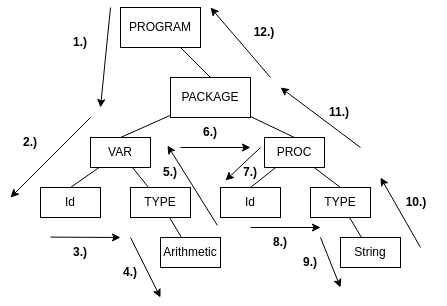
lhahner/aspekte-formale-uebersetzung-programmiersprachen keeps this draw.io diagram as assets/img/parsetree-example-searchalgo.png. Above is the earlier version. Source tidied: cells renumbered, new cells last; positions are measured from the earlier drawing's top-left corner, leaving out a move shared by most shapes.
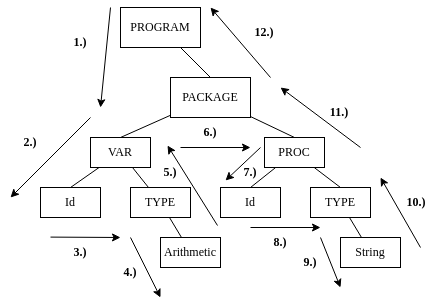
After the commit.

Change to the diagram source:
```diff
@@ -2,169 +2,169 @@
   <root>
     <mxCell id="0" />
     <mxCell id="1" parent="0" />
-    <mxCell id="2" style="rounded=0;jettySize=auto;html=1;entryX=0.5;entryY=0;entryDx=0;entryDy=0;endArrow=none;endFill=0;" parent="1" edge="1" source="3" target="8">
+    <mxCell id="2" style="rounded=0;jettySize=auto;html=1;entryX=0.5;entryY=0;entryDx=0;entryDy=0;endArrow=none;endFill=0;fontFamily=Semi Serif;" parent="1" edge="1" source="3" target="8">
       <mxGeometry relative="1" as="geometry" />
     </mxCell>
-    <mxCell id="3" value="PROGRAM" style="rounded=0;whiteSpace=wrap;html=1;" parent="1" vertex="1">
+    <mxCell id="3" value="PROGRAM" style="rounded=0;whiteSpace=wrap;html=1;fontFamily=Semi Serif;" parent="1" vertex="1">
       <mxGeometry x="120" width="80" height="40" as="geometry" />
     </mxCell>
-    <mxCell id="4" style="rounded=0;jettySize=auto;html=1;entryX=0.5;entryY=0;entryDx=0;entryDy=0;endArrow=none;endFill=0;" parent="1" edge="1" source="6" target="15">
+    <mxCell id="4" style="rounded=0;jettySize=auto;html=1;entryX=0.5;entryY=0;entryDx=0;entryDy=0;endArrow=none;endFill=0;fontFamily=Semi Serif;" parent="1" edge="1" source="6" target="15">
       <mxGeometry relative="1" as="geometry" />
     </mxCell>
-    <mxCell id="5" style="rounded=0;jettySize=auto;html=1;endArrow=none;endFill=0;" parent="1" edge="1" source="6" target="17">
+    <mxCell id="5" style="rounded=0;jettySize=auto;html=1;endArrow=none;endFill=0;fontFamily=Semi Serif;" parent="1" edge="1" source="6" target="17">
       <mxGeometry relative="1" as="geometry" />
     </mxCell>
-    <mxCell id="6" value="VAR" style="rounded=0;whiteSpace=wrap;html=1;" parent="1" vertex="1">
+    <mxCell id="6" value="VAR" style="rounded=0;whiteSpace=wrap;html=1;fontFamily=Semi Serif;" parent="1" vertex="1">
       <mxGeometry x="90" y="130" width="60" height="30" as="geometry" />
     </mxCell>
-    <mxCell id="7" style="rounded=0;jettySize=auto;html=1;entryX=0.5;entryY=0;entryDx=0;entryDy=0;endArrow=none;endFill=0;" parent="1" edge="1" source="8" target="6">
+    <mxCell id="7" style="rounded=0;jettySize=auto;html=1;entryX=0.5;entryY=0;entryDx=0;entryDy=0;endArrow=none;endFill=0;fontFamily=Semi Serif;" parent="1" edge="1" source="8" target="6">
       <mxGeometry relative="1" as="geometry" />
     </mxCell>
-    <mxCell id="8" value="PACKAGE" style="rounded=0;whiteSpace=wrap;html=1;" parent="1" vertex="1">
+    <mxCell id="8" value="PACKAGE" style="rounded=0;whiteSpace=wrap;html=1;fontFamily=Semi Serif;" parent="1" vertex="1">
       <mxGeometry x="170" y="70" width="80" height="40" as="geometry" />
     </mxCell>
-    <mxCell id="9" style="rounded=0;jettySize=auto;html=1;entryX=0.5;entryY=0;entryDx=0;entryDy=0;endArrow=none;endFill=0;" parent="1" edge="1" source="11" target="12">
+    <mxCell id="9" style="rounded=0;jettySize=auto;html=1;entryX=0.5;entryY=0;entryDx=0;entryDy=0;endArrow=none;endFill=0;fontFamily=Semi Serif;" parent="1" edge="1" source="11" target="12">
       <mxGeometry relative="1" as="geometry" />
     </mxCell>
-    <mxCell id="10" style="rounded=0;jettySize=auto;html=1;entryX=0.5;entryY=0;entryDx=0;entryDy=0;endArrow=none;endFill=0;" parent="1" edge="1" source="11" target="14">
+    <mxCell id="10" style="rounded=0;jettySize=auto;html=1;entryX=0.5;entryY=0;entryDx=0;entryDy=0;endArrow=none;endFill=0;fontFamily=Semi Serif;" parent="1" edge="1" source="11" target="14">
       <mxGeometry relative="1" as="geometry" />
     </mxCell>
-    <mxCell id="11" value="PROC" style="rounded=0;whiteSpace=wrap;html=1;" parent="1" vertex="1">
+    <mxCell id="11" value="PROC" style="rounded=0;whiteSpace=wrap;html=1;fontFamily=Semi Serif;" parent="1" vertex="1">
       <mxGeometry x="264" y="130" width="60" height="30" as="geometry" />
     </mxCell>
-    <mxCell id="12" value="Id" style="rounded=0;whiteSpace=wrap;html=1;" parent="1" vertex="1">
+    <mxCell id="12" value="Id" style="rounded=0;whiteSpace=wrap;html=1;fontFamily=Semi Serif;" parent="1" vertex="1">
       <mxGeometry x="220" y="180" width="60" height="30" as="geometry" />
     </mxCell>
-    <mxCell id="13" style="rounded=0;jettySize=auto;html=1;endArrow=none;endFill=0;" parent="1" edge="1" source="14" target="19">
+    <mxCell id="13" style="rounded=0;jettySize=auto;html=1;endArrow=none;endFill=0;fontFamily=Semi Serif;" parent="1" edge="1" source="14" target="19">
       <mxGeometry relative="1" as="geometry" />
     </mxCell>
-    <mxCell id="14" value="TYPE" style="rounded=0;whiteSpace=wrap;html=1;" parent="1" vertex="1">
+    <mxCell id="14" value="TYPE" style="rounded=0;whiteSpace=wrap;html=1;fontFamily=Semi Serif;" parent="1" vertex="1">
       <mxGeometry x="310" y="180" width="60" height="30" as="geometry" />
     </mxCell>
-    <mxCell id="15" value="Id" style="rounded=0;whiteSpace=wrap;html=1;" parent="1" vertex="1">
+    <mxCell id="15" value="Id" style="rounded=0;whiteSpace=wrap;html=1;fontFamily=Semi Serif;" parent="1" vertex="1">
       <mxGeometry x="40" y="180" width="60" height="30" as="geometry" />
     </mxCell>
-    <mxCell id="16" style="rounded=0;jettySize=auto;html=1;endArrow=none;endFill=0;" parent="1" edge="1" source="17" target="18">
+    <mxCell id="16" style="rounded=0;jettySize=auto;html=1;endArrow=none;endFill=0;fontFamily=Semi Serif;" parent="1" edge="1" source="17" target="18">
       <mxGeometry relative="1" as="geometry" />
     </mxCell>
-    <mxCell id="17" value="TYPE" style="rounded=0;whiteSpace=wrap;html=1;" parent="1" vertex="1">
+    <mxCell id="17" value="TYPE" style="rounded=0;whiteSpace=wrap;html=1;fontFamily=Semi Serif;" parent="1" vertex="1">
       <mxGeometry x="130" y="180" width="60" height="30" as="geometry" />
     </mxCell>
-    <mxCell id="18" value="Arithmetic" style="rounded=0;whiteSpace=wrap;html=1;" parent="1" vertex="1">
+    <mxCell id="18" value="Arithmetic" style="rounded=0;whiteSpace=wrap;html=1;fontFamily=Semi Serif;" parent="1" vertex="1">
       <mxGeometry x="160" y="230" width="60" height="30" as="geometry" />
     </mxCell>
-    <mxCell id="19" value="String" style="rounded=0;whiteSpace=wrap;html=1;" parent="1" vertex="1">
+    <mxCell id="19" value="String" style="rounded=0;whiteSpace=wrap;html=1;fontFamily=Semi Serif;" parent="1" vertex="1">
       <mxGeometry x="340" y="230" width="60" height="30" as="geometry" />
     </mxCell>
-    <mxCell id="20" style="rounded=0;jettySize=auto;html=1;entryX=0.5;entryY=0;entryDx=0;entryDy=0;endArrow=none;endFill=0;" parent="1" edge="1" source="8" target="11">
+    <mxCell id="20" style="rounded=0;jettySize=auto;html=1;entryX=0.5;entryY=0;entryDx=0;entryDy=0;endArrow=none;endFill=0;fontFamily=Semi Serif;" parent="1" edge="1" source="8" target="11">
       <mxGeometry relative="1" as="geometry" />
     </mxCell>
-    <mxCell id="21" style="endArrow=classic;html=1;rounded=0;" parent="1" edge="1">
+    <mxCell id="21" style="endArrow=classic;html=1;rounded=0;fontFamily=Semi Serif;" parent="1" edge="1">
       <mxGeometry relative="1" as="geometry">
         <mxPoint x="110" as="sourcePoint" />
         <mxPoint x="100" y="100" as="targetPoint" />
       </mxGeometry>
     </mxCell>
-    <mxCell id="22" style="endArrow=classic;html=1;rounded=0;" parent="1" edge="1">
+    <mxCell id="22" style="endArrow=classic;html=1;rounded=0;fontFamily=Semi Serif;" parent="1" edge="1">
       <mxGeometry relative="1" as="geometry">
         <mxPoint x="90" y="110" as="sourcePoint" />
         <mxPoint x="10" y="190" as="targetPoint" />
       </mxGeometry>
     </mxCell>
-    <mxCell id="23" style="endArrow=classic;html=1;rounded=0;" parent="1" edge="1">
+    <mxCell id="23" style="endArrow=classic;html=1;rounded=0;fontFamily=Semi Serif;" parent="1" edge="1">
       <mxGeometry relative="1" as="geometry">
         <mxPoint x="50" y="229.6" as="sourcePoint" />
         <mxPoint x="120" y="230" as="targetPoint" />
       </mxGeometry>
     </mxCell>
-    <mxCell id="24" style="endArrow=classic;html=1;rounded=0;" parent="1" edge="1">
+    <mxCell id="24" style="endArrow=classic;html=1;rounded=0;fontFamily=Semi Serif;" parent="1" edge="1">
       <mxGeometry relative="1" as="geometry">
         <mxPoint x="130" y="230" as="sourcePoint" />
         <mxPoint x="160" y="290" as="targetPoint" />
       </mxGeometry>
     </mxCell>
-    <mxCell id="25" style="endArrow=classic;html=1;rounded=0;" parent="1" edge="1">
+    <mxCell id="25" style="endArrow=classic;html=1;rounded=0;fontFamily=Semi Serif;" parent="1" edge="1">
       <mxGeometry relative="1" as="geometry">
         <mxPoint x="217" y="218" as="sourcePoint" />
         <mxPoint x="167" y="138" as="targetPoint" />
       </mxGeometry>
     </mxCell>
-    <mxCell id="26" style="endArrow=classic;html=1;rounded=0;" parent="1" edge="1">
+    <mxCell id="26" style="endArrow=classic;html=1;rounded=0;fontFamily=Semi Serif;" parent="1" edge="1">
       <mxGeometry relative="1" as="geometry">
         <mxPoint x="180" y="140" as="sourcePoint" />
         <mxPoint x="250" y="140" as="targetPoint" />
       </mxGeometry>
     </mxCell>
-    <mxCell id="27" style="endArrow=classic;html=1;rounded=0;" parent="1" edge="1">
+    <mxCell id="27" style="endArrow=classic;html=1;rounded=0;fontFamily=Semi Serif;" parent="1" edge="1">
       <mxGeometry relative="1" as="geometry">
         <mxPoint x="260" y="140" as="sourcePoint" />
         <mxPoint x="225" y="173" as="targetPoint" />
       </mxGeometry>
     </mxCell>
-    <mxCell id="28" style="endArrow=classic;html=1;rounded=0;" parent="1" edge="1">
+    <mxCell id="28" style="endArrow=classic;html=1;rounded=0;fontFamily=Semi Serif;" parent="1" edge="1">
       <mxGeometry relative="1" as="geometry">
         <mxPoint x="250" y="220" as="sourcePoint" />
         <mxPoint x="320" y="220" as="targetPoint" />
       </mxGeometry>
     </mxCell>
-    <mxCell id="29" style="endArrow=classic;html=1;rounded=0;" parent="1" edge="1">
+    <mxCell id="29" style="endArrow=classic;html=1;rounded=0;fontFamily=Semi Serif;" parent="1" edge="1">
       <mxGeometry relative="1" as="geometry">
         <mxPoint x="320" y="230" as="sourcePoint" />
         <mxPoint x="340" y="280" as="targetPoint" />
       </mxGeometry>
     </mxCell>
-    <mxCell id="30" style="endArrow=classic;html=1;rounded=0;" parent="1" edge="1">
+    <mxCell id="30" style="endArrow=classic;html=1;rounded=0;fontFamily=Semi Serif;" parent="1" edge="1">
       <mxGeometry relative="1" as="geometry">
         <mxPoint x="420" y="240" as="sourcePoint" />
         <mxPoint x="380" y="170" as="targetPoint" />
       </mxGeometry>
     </mxCell>
-    <mxCell id="31" style="endArrow=classic;html=1;rounded=0;" parent="1" edge="1">
+    <mxCell id="31" style="endArrow=classic;html=1;rounded=0;fontFamily=Semi Serif;" parent="1" edge="1">
       <mxGeometry relative="1" as="geometry">
         <mxPoint x="360" y="140" as="sourcePoint" />
         <mxPoint x="280" y="80" as="targetPoint" />
       </mxGeometry>
     </mxCell>
-    <mxCell id="32" style="endArrow=classic;html=1;rounded=0;" parent="1" edge="1">
+    <mxCell id="32" style="endArrow=classic;html=1;rounded=0;fontFamily=Semi Serif;" parent="1" edge="1">
       <mxGeometry relative="1" as="geometry">
         <mxPoint x="270" y="70" as="sourcePoint" />
         <mxPoint x="210" as="targetPoint" />
       </mxGeometry>
     </mxCell>
-    <mxCell id="33" value="1.)" style="text;html=1;strokeColor=none;fillColor=none;align=center;verticalAlign=middle;whiteSpace=wrap;rounded=0;fontStyle=1;" parent="1" vertex="1">
+    <mxCell id="33" value="1.)" style="text;html=1;strokeColor=none;fillColor=none;align=center;verticalAlign=middle;whiteSpace=wrap;rounded=0;fontStyle=1;fontFamily=Semi Serif;" parent="1" vertex="1">
       <mxGeometry x="50" y="20" width="60" height="30" as="geometry" />
     </mxCell>
-    <mxCell id="34" value="&lt;b&gt;2.)&lt;/b&gt;" style="text;html=1;strokeColor=none;fillColor=none;align=center;verticalAlign=middle;whiteSpace=wrap;rounded=0;" parent="1" vertex="1">
+    <mxCell id="34" value="&lt;b&gt;2.)&lt;/b&gt;" style="text;html=1;strokeColor=none;fillColor=none;align=center;verticalAlign=middle;whiteSpace=wrap;rounded=0;fontFamily=Semi Serif;" parent="1" vertex="1">
       <mxGeometry y="120" width="60" height="30" as="geometry" />
     </mxCell>
-    <mxCell id="35" value="&lt;b&gt;3.)&lt;/b&gt;" style="text;html=1;strokeColor=none;fillColor=none;align=center;verticalAlign=middle;whiteSpace=wrap;rounded=0;" parent="1" vertex="1">
+    <mxCell id="35" value="&lt;b&gt;3.)&lt;/b&gt;" style="text;html=1;strokeColor=none;fillColor=none;align=center;verticalAlign=middle;whiteSpace=wrap;rounded=0;fontFamily=Semi Serif;" parent="1" vertex="1">
       <mxGeometry x="50" y="230" width="60" height="30" as="geometry" />
     </mxCell>
-    <mxCell id="36" value="&lt;b&gt;4.)&lt;/b&gt;" style="text;html=1;strokeColor=none;fillColor=none;align=center;verticalAlign=middle;whiteSpace=wrap;rounded=0;" parent="1" vertex="1">
+    <mxCell id="36" value="&lt;b&gt;4.)&lt;/b&gt;" style="text;html=1;strokeColor=none;fillColor=none;align=center;verticalAlign=middle;whiteSpace=wrap;rounded=0;fontFamily=Semi Serif;" parent="1" vertex="1">
       <mxGeometry x="100" y="250" width="60" height="30" as="geometry" />
     </mxCell>
-    <mxCell id="37" value="&lt;b&gt;5.)&lt;/b&gt;" style="text;html=1;strokeColor=none;fillColor=none;align=center;verticalAlign=middle;whiteSpace=wrap;rounded=0;" parent="1" vertex="1">
+    <mxCell id="37" value="&lt;b&gt;5.)&lt;/b&gt;" style="text;html=1;strokeColor=none;fillColor=none;align=center;verticalAlign=middle;whiteSpace=wrap;rounded=0;fontFamily=Semi Serif;" parent="1" vertex="1">
       <mxGeometry x="140" y="150" width="60" height="30" as="geometry" />
     </mxCell>
-    <mxCell id="38" value="&lt;b&gt;6.)&lt;/b&gt;" style="text;html=1;strokeColor=none;fillColor=none;align=center;verticalAlign=middle;whiteSpace=wrap;rounded=0;" parent="1" vertex="1">
+    <mxCell id="38" value="&lt;b&gt;6.)&lt;/b&gt;" style="text;html=1;strokeColor=none;fillColor=none;align=center;verticalAlign=middle;whiteSpace=wrap;rounded=0;fontFamily=Semi Serif;" parent="1" vertex="1">
       <mxGeometry x="180" y="110" width="60" height="30" as="geometry" />
     </mxCell>
-    <mxCell id="39" value="&lt;b&gt;7.)&lt;/b&gt;" style="text;html=1;strokeColor=none;fillColor=none;align=center;verticalAlign=middle;whiteSpace=wrap;rounded=0;" parent="1" vertex="1">
+    <mxCell id="39" value="&lt;b&gt;7.)&lt;/b&gt;" style="text;html=1;strokeColor=none;fillColor=none;align=center;verticalAlign=middle;whiteSpace=wrap;rounded=0;fontFamily=Semi Serif;" parent="1" vertex="1">
       <mxGeometry x="220" y="150" width="60" height="30" as="geometry" />
     </mxCell>
-    <mxCell id="40" value="&lt;b&gt;8.)&lt;/b&gt;" style="text;html=1;strokeColor=none;fillColor=none;align=center;verticalAlign=middle;whiteSpace=wrap;rounded=0;" parent="1" vertex="1">
+    <mxCell id="40" value="&lt;b&gt;8.)&lt;/b&gt;" style="text;html=1;strokeColor=none;fillColor=none;align=center;verticalAlign=middle;whiteSpace=wrap;rounded=0;fontFamily=Semi Serif;" parent="1" vertex="1">
       <mxGeometry x="250" y="220" width="60" height="30" as="geometry" />
     </mxCell>
-    <mxCell id="41" value="&lt;b&gt;9.)&lt;/b&gt;" style="text;html=1;strokeColor=none;fillColor=none;align=center;verticalAlign=middle;whiteSpace=wrap;rounded=0;" parent="1" vertex="1">
+    <mxCell id="41" value="&lt;b&gt;9.)&lt;/b&gt;" style="text;html=1;strokeColor=none;fillColor=none;align=center;verticalAlign=middle;whiteSpace=wrap;rounded=0;fontFamily=Semi Serif;" parent="1" vertex="1">
       <mxGeometry x="280" y="240" width="60" height="30" as="geometry" />
     </mxCell>
-    <mxCell id="42" value="&lt;b&gt;10.)&lt;/b&gt;" style="text;html=1;strokeColor=none;fillColor=none;align=center;verticalAlign=middle;whiteSpace=wrap;rounded=0;" parent="1" vertex="1">
+    <mxCell id="42" value="&lt;b&gt;10.)&lt;/b&gt;" style="text;html=1;strokeColor=none;fillColor=none;align=center;verticalAlign=middle;whiteSpace=wrap;rounded=0;fontFamily=Semi Serif;" parent="1" vertex="1">
       <mxGeometry x="386" y="180" width="60" height="30" as="geometry" />
     </mxCell>
-    <mxCell id="43" value="&lt;b&gt;11.)&lt;/b&gt;" style="text;html=1;strokeColor=none;fillColor=none;align=center;verticalAlign=middle;whiteSpace=wrap;rounded=0;" parent="1" vertex="1">
+    <mxCell id="43" value="&lt;b&gt;11.)&lt;/b&gt;" style="text;html=1;strokeColor=none;fillColor=none;align=center;verticalAlign=middle;whiteSpace=wrap;rounded=0;fontFamily=Semi Serif;" parent="1" vertex="1">
       <mxGeometry x="309" y="90" width="60" height="30" as="geometry" />
     </mxCell>
-    <mxCell id="44" value="&lt;b&gt;12.)&lt;/b&gt;" style="text;html=1;strokeColor=none;fillColor=none;align=center;verticalAlign=middle;whiteSpace=wrap;rounded=0;" parent="1" vertex="1">
+    <mxCell id="44" value="&lt;b&gt;12.)&lt;/b&gt;" style="text;html=1;strokeColor=none;fillColor=none;align=center;verticalAlign=middle;whiteSpace=wrap;rounded=0;fontFamily=Semi Serif;" parent="1" vertex="1">
       <mxGeometry x="234" y="10" width="60" height="30" as="geometry" />
     </mxCell>
   </root>
```
